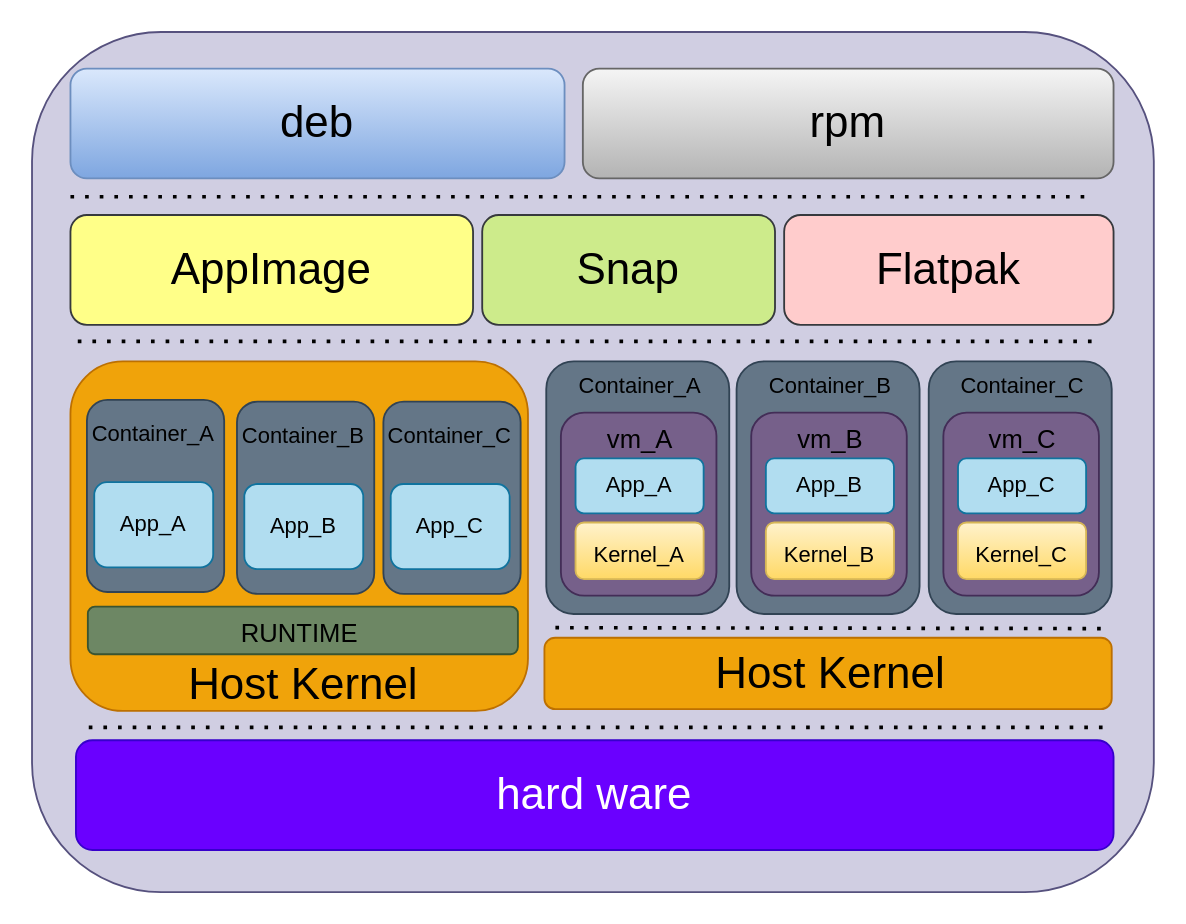
Doorer/draw.io-1 keeps this draw.io diagram as appcomparch.drawio. Above is the earlier version. Source tidied: cells renumbered, new cells numbered last; positions are measured from the earlier drawing's top-left corner, leaving out a move shared by most shapes. Both pictures are drawn from the tidied source at 183%, with x=0, y=0 at pixel (31, 31).
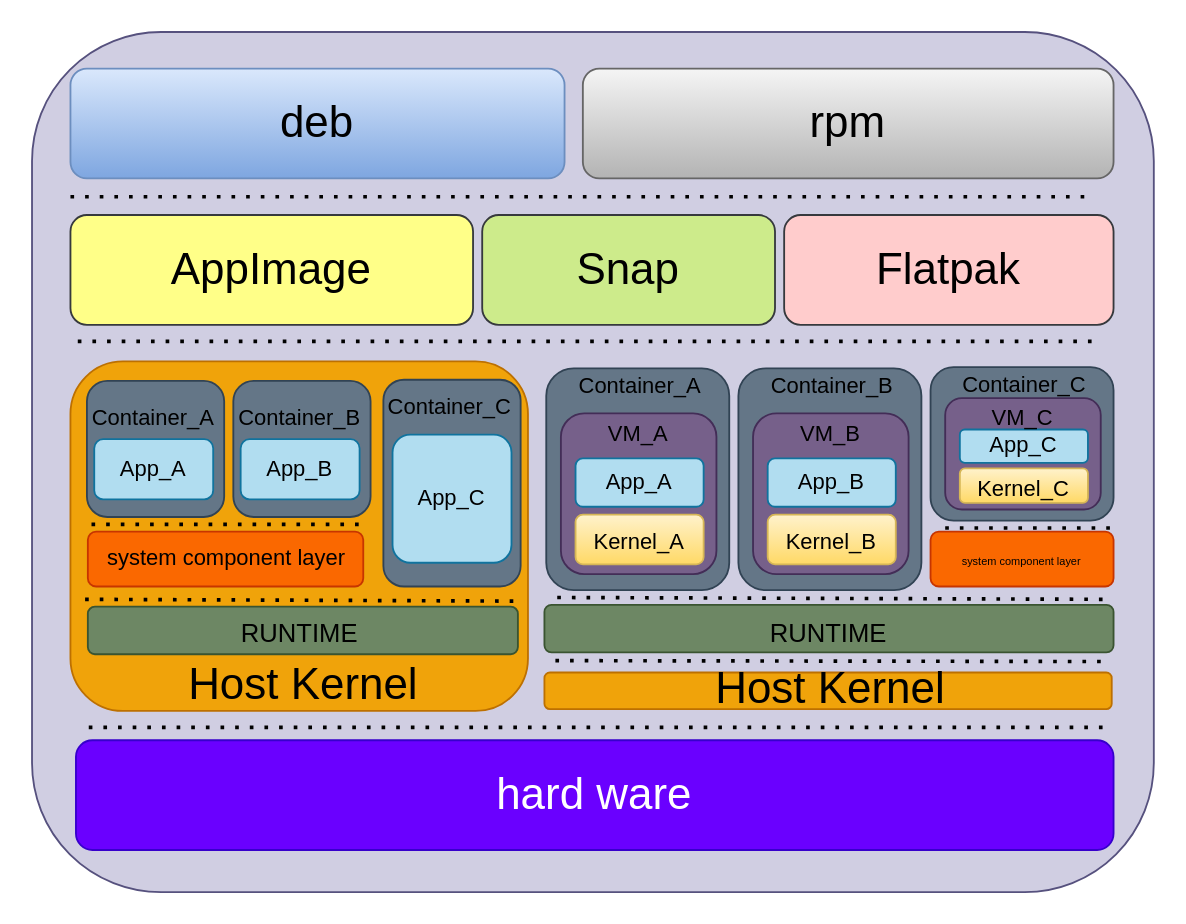
The same diagram, later.

Diff of the diagram source:
```diff
@@
     <mxCell id="4" style="rounded=1;whiteSpace=wrap;html=1;fontSize=24;fillColor=#f0a30a;fontColor=#000000;strokeColor=#BD7000;" parent="1" vertex="1">
-      <mxGeometry x="280" y="331" width="310" height="39" as="geometry" />
+      <mxGeometry x="280" y="350" width="310" height="20" as="geometry" />
     </mxCell>
@@
     <mxCell id="13" value="&lt;font style=&quot;font-size: 24px&quot;&gt;Host Kernel&lt;/font&gt;" style="text;html=1;align=center;verticalAlign=middle;fillColor=none;strokeColor=none;rounded=0;fontSize=12;" parent="1" vertex="1">
-      <mxGeometry x="366" y="340.5" width="140" height="20" as="geometry" />
+      <mxGeometry x="366" y="348.5" width="140" height="20" as="geometry" />
     </mxCell>
-    <mxCell id="14" style="group;" parent="1" vertex="1">
-      <mxGeometry x="26" y="186" width="80" height="120" as="geometry" />
-    </mxCell>
-    <mxCell id="15" style="rounded=1;whiteSpace=wrap;html=1;fontSize=24;fillColor=#647687;fontColor=#ffffff;strokeColor=#314354;" parent="14" vertex="1">
-      <mxGeometry x="4" y="15" width="75" height="105" as="geometry" />
-    </mxCell>
-    <mxCell id="16" value="&lt;font style=&quot;font-size: 12px&quot;&gt;Container_A&lt;/font&gt;" style="text;html=1;align=center;verticalAlign=middle;fillColor=none;strokeColor=none;rounded=0;fontSize=24;" parent="14" vertex="1">
-      <mxGeometry y="10" width="80" height="40" as="geometry" />
-    </mxCell>
-    <mxCell id="17" value="App_A" style="rounded=1;whiteSpace=wrap;html=1;fontSize=12;fillColor=#b1ddf0;strokeColor=#10739e;" parent="14" vertex="1">
-      <mxGeometry x="8" y="60" width="65" height="46.5" as="geometry" />
-    </mxCell>
-    <mxCell id="18" style="group;" parent="1" vertex="1">
-      <mxGeometry x="281" y="170" width="100" height="148" as="geometry" />
-    </mxCell>
-    <mxCell id="19" style="rounded=1;whiteSpace=wrap;html=1;fontSize=24;strokeColor=#314354;fillColor=#647687;fontColor=#ffffff;" parent="18" vertex="1">
-      <mxGeometry y="10" width="100" height="138" as="geometry" />
-    </mxCell>
-    <mxCell id="20" style="rounded=1;whiteSpace=wrap;html=1;fontSize=24;fillColor=#76608a;fontColor=#ffffff;strokeColor=#432D57;" parent="18" vertex="1">
-      <mxGeometry x="8" y="38" width="85" height="100" as="geometry" />
-    </mxCell>
-    <mxCell id="21" value="&lt;font style=&quot;font-size: 14px&quot;&gt;vm_A&lt;/font&gt;" style="text;html=1;align=center;verticalAlign=middle;fillColor=none;strokeColor=none;rounded=0;fontSize=24;" parent="18" vertex="1">
-      <mxGeometry x="25.5" y="30" width="50" height="40" as="geometry" />
-    </mxCell>
-    <mxCell id="22" value="&lt;font style=&quot;font-size: 12px&quot;&gt;Kernel_A&lt;/font&gt;" style="rounded=1;whiteSpace=wrap;html=1;fontSize=18;fillColor=#fff2cc;strokeColor=#d6b656;gradientColor=#ffd966;" parent="18" vertex="1">
-      <mxGeometry x="16" y="98" width="70" height="31" as="geometry" />
-    </mxCell>
-    <mxCell id="23" value="App_A" style="rounded=1;whiteSpace=wrap;html=1;fontSize=12;fillColor=#b1ddf0;strokeColor=#10739e;" parent="18" vertex="1">
-      <mxGeometry x="16" y="63" width="70" height="30" as="geometry" />
-    </mxCell>
-    <mxCell id="24" value="&lt;span style=&quot;font-size: 12px&quot;&gt;Container_A&lt;/span&gt;" style="text;html=1;align=center;verticalAlign=middle;fillColor=none;strokeColor=none;rounded=0;fontSize=24;fontColor=#000000;" parent="18" vertex="1">
-      <mxGeometry x="10.5" width="80" height="40" as="geometry" />
-    </mxCell>
-    <mxCell id="25" style="group;" parent="1" vertex="1">
-      <mxGeometry x="490" y="170" width="100" height="148" as="geometry" />
-    </mxCell>
-    <mxCell id="26" style="rounded=1;whiteSpace=wrap;html=1;fontSize=24;strokeColor=#314354;fillColor=#647687;fontColor=#ffffff;" parent="25" vertex="1">
-      <mxGeometry y="10" width="100" height="138" as="geometry" />
-    </mxCell>
-    <mxCell id="27" style="rounded=1;whiteSpace=wrap;html=1;fontSize=24;fillColor=#76608a;fontColor=#ffffff;strokeColor=#432D57;" parent="25" vertex="1">
-      <mxGeometry x="8" y="38" width="85" height="100" as="geometry" />
-    </mxCell>
-    <mxCell id="28" value="&lt;font style=&quot;font-size: 14px&quot;&gt;vm_C&lt;/font&gt;" style="text;html=1;align=center;verticalAlign=middle;fillColor=none;strokeColor=none;rounded=0;fontSize=24;" parent="25" vertex="1">
-      <mxGeometry x="25.5" y="30" width="50" height="40" as="geometry" />
-    </mxCell>
-    <mxCell id="29" value="&lt;font style=&quot;font-size: 12px&quot;&gt;Kernel_C&lt;/font&gt;" style="rounded=1;whiteSpace=wrap;html=1;fontSize=18;fillColor=#fff2cc;strokeColor=#d6b656;gradientColor=#ffd966;" parent="25" vertex="1">
-      <mxGeometry x="16" y="98" width="70" height="31" as="geometry" />
-    </mxCell>
-    <mxCell id="30" value="App_C" style="rounded=1;whiteSpace=wrap;html=1;fontSize=12;fillColor=#b1ddf0;strokeColor=#10739e;" parent="25" vertex="1">
-      <mxGeometry x="16" y="63" width="70" height="30" as="geometry" />
-    </mxCell>
-    <mxCell id="31" value="&lt;span style=&quot;font-size: 12px&quot;&gt;Container_C&lt;/span&gt;" style="text;html=1;align=center;verticalAlign=middle;fillColor=none;strokeColor=none;rounded=0;fontSize=24;fontColor=#000000;" parent="25" vertex="1">
-      <mxGeometry x="10.5" width="80" height="40" as="geometry" />
-    </mxCell>
-    <mxCell id="32" style="group;" parent="1" vertex="1">
-      <mxGeometry x="385" y="170" width="100" height="148" as="geometry" />
-    </mxCell>
-    <mxCell id="33" style="rounded=1;whiteSpace=wrap;html=1;fontSize=24;strokeColor=#314354;fillColor=#647687;fontColor=#ffffff;" parent="32" vertex="1">
-      <mxGeometry y="10" width="100" height="138" as="geometry" />
-    </mxCell>
-    <mxCell id="34" style="rounded=1;whiteSpace=wrap;html=1;fontSize=24;fillColor=#76608a;fontColor=#ffffff;strokeColor=#432D57;" parent="32" vertex="1">
-      <mxGeometry x="8" y="38" width="85" height="100" as="geometry" />
-    </mxCell>
-    <mxCell id="35" value="&lt;font style=&quot;font-size: 14px&quot;&gt;vm_B&lt;/font&gt;" style="text;html=1;align=center;verticalAlign=middle;fillColor=none;strokeColor=none;rounded=0;fontSize=24;" parent="32" vertex="1">
-      <mxGeometry x="25.5" y="30" width="50" height="40" as="geometry" />
-    </mxCell>
-    <mxCell id="36" value="&lt;font style=&quot;font-size: 12px&quot;&gt;Kernel_B&lt;/font&gt;" style="rounded=1;whiteSpace=wrap;html=1;fontSize=18;fillColor=#fff2cc;strokeColor=#d6b656;gradientColor=#ffd966;" parent="32" vertex="1">
-      <mxGeometry x="16" y="98" width="70" height="31" as="geometry" />
-    </mxCell>
-    <mxCell id="37" value="App_B" style="rounded=1;whiteSpace=wrap;html=1;fontSize=12;fillColor=#b1ddf0;strokeColor=#10739e;" parent="32" vertex="1">
-      <mxGeometry x="16" y="63" width="70" height="30" as="geometry" />
-    </mxCell>
-    <mxCell id="38" value="&lt;span style=&quot;font-size: 12px&quot;&gt;Container_B&lt;/span&gt;" style="text;html=1;align=center;verticalAlign=middle;fillColor=none;strokeColor=none;rounded=0;fontSize=24;fontColor=#000000;" parent="32" vertex="1">
-      <mxGeometry x="10.5" width="80" height="40" as="geometry" />
-    </mxCell>
-    <mxCell id="39" style="group;" parent="1" vertex="1">
-      <mxGeometry x="108" y="187" width="80" height="120" as="geometry" />
-    </mxCell>
-    <mxCell id="40" style="rounded=1;whiteSpace=wrap;html=1;fontSize=24;fillColor=#647687;fontColor=#ffffff;strokeColor=#314354;" parent="39" vertex="1">
-      <mxGeometry x="4" y="15" width="75" height="105" as="geometry" />
-    </mxCell>
-    <mxCell id="41" value="&lt;font style=&quot;font-size: 12px&quot;&gt;Container_B&lt;/font&gt;" style="text;html=1;align=center;verticalAlign=middle;fillColor=none;strokeColor=none;rounded=0;fontSize=24;" parent="39" vertex="1">
-      <mxGeometry y="10" width="80" height="40" as="geometry" />
-    </mxCell>
-    <mxCell id="42" value="App_B" style="rounded=1;whiteSpace=wrap;html=1;fontSize=12;fillColor=#b1ddf0;strokeColor=#10739e;" parent="39" vertex="1">
-      <mxGeometry x="8" y="60" width="65" height="46.5" as="geometry" />
-    </mxCell>
-    <mxCell id="43" style="group;" parent="1" vertex="1">
-      <mxGeometry x="188" y="187" width="80" height="120" as="geometry" />
-    </mxCell>
-    <mxCell id="44" style="rounded=1;whiteSpace=wrap;html=1;fontSize=24;fillColor=#647687;fontColor=#ffffff;strokeColor=#314354;" parent="43" vertex="1">
-      <mxGeometry x="4" y="15" width="75" height="105" as="geometry" />
-    </mxCell>
-    <mxCell id="45" value="&lt;font style=&quot;font-size: 12px&quot;&gt;Container_C&lt;/font&gt;" style="text;html=1;align=center;verticalAlign=middle;fillColor=none;strokeColor=none;rounded=0;fontSize=24;" parent="43" vertex="1">
-      <mxGeometry y="10" width="80" height="40" as="geometry" />
-    </mxCell>
-    <mxCell id="46" value="App_C" style="rounded=1;whiteSpace=wrap;html=1;fontSize=12;fillColor=#b1ddf0;strokeColor=#10739e;" parent="43" vertex="1">
-      <mxGeometry x="8" y="60" width="65" height="46.5" as="geometry" />
-    </mxCell>
@@
     <mxCell id="51" style="endArrow=none;dashed=1;html=1;dashPattern=1 3;strokeWidth=2;rounded=0;fontSize=24;" parent="1" edge="1">
       <mxGeometry relative="1" as="geometry">
-        <mxPoint x="286" y="325.5" as="sourcePoint" />
-        <mxPoint x="586" y="326" as="targetPoint" />
+        <mxPoint x="286" y="343.5" as="sourcePoint" />
+        <mxPoint x="586" y="344" as="targetPoint" />
       </mxGeometry>
     </mxCell>
+    <mxCell id="52" style="endArrow=none;dashed=1;html=1;dashPattern=1 3;strokeWidth=2;rounded=0;fontSize=24;" parent="1" edge="1">
+      <mxGeometry relative="1" as="geometry">
+        <mxPoint x="29" y="310" as="sourcePoint" />
+        <mxPoint x="269" y="311" as="targetPoint" />
+      </mxGeometry>
+    </mxCell>
+    <mxCell id="53" style="group;" parent="1" vertex="1">
+      <mxGeometry x="26" y="180" width="160" height="85" as="geometry" />
+    </mxCell>
+    <mxCell id="14" style="group;" parent="53" vertex="1">
+      <mxGeometry width="105" height="85" as="geometry" />
+    </mxCell>
+    <mxCell id="15" style="rounded=1;whiteSpace=wrap;html=1;fontSize=24;fillColor=#647687;fontColor=#ffffff;strokeColor=#314354;" parent="14" vertex="1">
+      <mxGeometry x="4" y="10.6" width="75" height="74.4" as="geometry" />
+    </mxCell>
+    <mxCell id="17" value="App_A" style="rounded=1;whiteSpace=wrap;html=1;fontSize=12;fillColor=#b1ddf0;strokeColor=#10739e;" parent="14" vertex="1">
+      <mxGeometry x="8" y="42.5" width="65" height="32.9" as="geometry" />
+    </mxCell>
+    <mxCell id="16" value="&lt;font style=&quot;font-size: 12px&quot;&gt;Container_A&lt;/font&gt;" style="text;html=1;align=center;verticalAlign=middle;fillColor=none;strokeColor=none;rounded=0;fontSize=24;" parent="14" vertex="1">
+      <mxGeometry y="7.1" width="80" height="40" as="geometry" />
+    </mxCell>
+    <mxCell id="39" style="group;" parent="53" vertex="1">
+      <mxGeometry x="80" width="80" height="85" as="geometry" />
+    </mxCell>
+    <mxCell id="40" style="rounded=1;whiteSpace=wrap;html=1;fontSize=24;fillColor=#647687;fontColor=#ffffff;strokeColor=#314354;" parent="39" vertex="1">
+      <mxGeometry x="4" y="10.6" width="75" height="74.4" as="geometry" />
+    </mxCell>
+    <mxCell id="41" value="&lt;font style=&quot;font-size: 12px&quot;&gt;Container_B&lt;/font&gt;" style="text;html=1;align=center;verticalAlign=middle;fillColor=none;strokeColor=none;rounded=0;fontSize=24;" parent="39" vertex="1">
+      <mxGeometry y="7.1" width="80" height="40" as="geometry" />
+    </mxCell>
+    <mxCell id="42" value="App_B" style="rounded=1;whiteSpace=wrap;html=1;fontSize=12;fillColor=#b1ddf0;strokeColor=#10739e;" parent="39" vertex="1">
+      <mxGeometry x="8" y="42.5" width="65" height="32.9" as="geometry" />
+    </mxCell>
+    <mxCell id="54" value="system component layer" style="rounded=1;whiteSpace=wrap;html=1;fontSize=12;strokeColor=#C73500;fillColor=#fa6800;fontColor=#000000;" parent="1" vertex="1">
+      <mxGeometry x="30.5" y="273" width="150.5" height="30" as="geometry" />
+    </mxCell>
+    <mxCell id="44" style="rounded=1;whiteSpace=wrap;html=1;fontSize=24;fillColor=#647687;fontColor=#ffffff;strokeColor=#314354;" parent="1" vertex="1">
+      <mxGeometry x="192" y="190" width="75" height="113" as="geometry" />
+    </mxCell>
+    <mxCell id="45" value="&lt;font style=&quot;font-size: 12px&quot;&gt;Container_C&lt;/font&gt;" style="text;html=1;align=center;verticalAlign=middle;fillColor=none;strokeColor=none;rounded=0;fontSize=24;" parent="1" vertex="1">
+      <mxGeometry x="188" y="181.1" width="80" height="40" as="geometry" />
+    </mxCell>
+    <mxCell id="46" value="App_C" style="rounded=1;whiteSpace=wrap;html=1;fontSize=12;fillColor=#b1ddf0;strokeColor=#10739e;" parent="1" vertex="1">
+      <mxGeometry x="197" y="220" width="65" height="70" as="geometry" />
+    </mxCell>
+    <mxCell id="55" style="group;" parent="1" vertex="1">
+      <mxGeometry x="281" y="175" width="100" height="130" as="geometry" />
+    </mxCell>
+    <mxCell id="19" style="rounded=1;whiteSpace=wrap;html=1;fontSize=24;strokeColor=#314354;fillColor=#647687;fontColor=#ffffff;" parent="55" vertex="1">
+      <mxGeometry y="8.8" width="100" height="121.2" as="geometry" />
+    </mxCell>
+    <mxCell id="56" style="group;" parent="55" vertex="1">
+      <mxGeometry x="8" y="8.8" width="85" height="112.4" as="geometry" />
+    </mxCell>
+    <mxCell id="20" style="rounded=1;whiteSpace=wrap;html=1;fontSize=24;fillColor=#76608a;fontColor=#ffffff;strokeColor=#432D57;" parent="56" vertex="1">
+      <mxGeometry y="24.6" width="85" height="87.8" as="geometry" />
+    </mxCell>
+    <mxCell id="22" value="&lt;font style=&quot;font-size: 12px&quot;&gt;Kernel_A&lt;/font&gt;" style="rounded=1;whiteSpace=wrap;html=1;fontSize=18;fillColor=#fff2cc;strokeColor=#d6b656;gradientColor=#ffd966;" parent="56" vertex="1">
+      <mxGeometry x="8" y="79.9" width="70" height="27.2" as="geometry" />
+    </mxCell>
+    <mxCell id="23" value="App_A" style="rounded=1;whiteSpace=wrap;html=1;fontSize=12;fillColor=#b1ddf0;strokeColor=#10739e;" parent="56" vertex="1">
+      <mxGeometry x="8" y="49.2" width="70" height="26.4" as="geometry" />
+    </mxCell>
+    <mxCell id="57" value="VM_A" style="text;html=1;align=center;verticalAlign=middle;fillColor=none;strokeColor=none;rounded=0;fontSize=12;" parent="56" vertex="1">
+      <mxGeometry x="17" y="26.4" width="50" height="20" as="geometry" />
+    </mxCell>
+    <mxCell id="24" value="Container_A" style="text;html=1;align=center;verticalAlign=middle;fillColor=none;strokeColor=none;rounded=0;fontSize=12;" parent="56" vertex="1">
+      <mxGeometry x="3" width="80" height="20" as="geometry" />
+    </mxCell>
+    <mxCell id="58" value="&lt;span style=&quot;color: rgb(0 , 0 , 0) ; font-size: 14px&quot;&gt;RUNTIME&lt;/span&gt;" style="rounded=1;whiteSpace=wrap;html=1;fontSize=24;fontColor=#ffffff;strokeColor=#3A5431;fillColor=#6d8764;" parent="1" vertex="1">
+      <mxGeometry x="280" y="313" width="311" height="26" as="geometry" />
+    </mxCell>
+    <mxCell id="59" style="group;" parent="1" vertex="1">
+      <mxGeometry x="386" y="175" width="100" height="130" as="geometry" />
+    </mxCell>
+    <mxCell id="60" style="rounded=1;whiteSpace=wrap;html=1;fontSize=24;strokeColor=#314354;fillColor=#647687;fontColor=#ffffff;" parent="59" vertex="1">
+      <mxGeometry y="8.8" width="100" height="121.2" as="geometry" />
+    </mxCell>
+    <mxCell id="61" style="group;" parent="59" vertex="1">
+      <mxGeometry x="8" y="8.8" width="85" height="112.4" as="geometry" />
+    </mxCell>
+    <mxCell id="62" style="rounded=1;whiteSpace=wrap;html=1;fontSize=24;fillColor=#76608a;fontColor=#ffffff;strokeColor=#432D57;" parent="61" vertex="1">
+      <mxGeometry y="24.6" width="85" height="87.8" as="geometry" />
+    </mxCell>
+    <mxCell id="36" value="&lt;font style=&quot;font-size: 12px&quot;&gt;Kernel_B&lt;/font&gt;" style="rounded=1;whiteSpace=wrap;html=1;fontSize=18;fillColor=#fff2cc;strokeColor=#d6b656;gradientColor=#ffd966;" parent="61" vertex="1">
+      <mxGeometry x="8" y="79.9" width="70" height="27.2" as="geometry" />
+    </mxCell>
+    <mxCell id="37" value="App_B" style="rounded=1;whiteSpace=wrap;html=1;fontSize=12;fillColor=#b1ddf0;strokeColor=#10739e;" parent="61" vertex="1">
+      <mxGeometry x="8" y="49.2" width="70" height="26.4" as="geometry" />
+    </mxCell>
+    <mxCell id="63" value="VM_B" style="text;html=1;align=center;verticalAlign=middle;fillColor=none;strokeColor=none;rounded=0;fontSize=12;" parent="61" vertex="1">
+      <mxGeometry x="17" y="26.4" width="50" height="20" as="geometry" />
+    </mxCell>
+    <mxCell id="38" value="Container_B" style="text;html=1;align=center;verticalAlign=middle;fillColor=none;strokeColor=none;rounded=0;fontSize=12;" parent="61" vertex="1">
+      <mxGeometry x="3" width="80" height="20" as="geometry" />
+    </mxCell>
+    <mxCell id="64" style="group;" parent="1" vertex="1">
+      <mxGeometry x="491" y="177" width="100" height="90" as="geometry" />
+    </mxCell>
+    <mxCell id="65" style="rounded=1;whiteSpace=wrap;html=1;fontSize=24;strokeColor=#314354;fillColor=#647687;fontColor=#ffffff;" parent="64" vertex="1">
+      <mxGeometry y="6.1" width="100" height="83.9" as="geometry" />
+    </mxCell>
+    <mxCell id="66" style="group;" parent="64" vertex="1">
+      <mxGeometry x="8" y="6.1" width="85" height="77.8" as="geometry" />
+    </mxCell>
+    <mxCell id="67" style="rounded=1;whiteSpace=wrap;html=1;fontSize=24;fillColor=#76608a;fontColor=#ffffff;strokeColor=#432D57;" parent="66" vertex="1">
+      <mxGeometry y="17" width="85" height="60.8" as="geometry" />
+    </mxCell>
+    <mxCell id="29" value="&lt;font style=&quot;font-size: 12px&quot;&gt;Kernel_C&lt;/font&gt;" style="rounded=1;whiteSpace=wrap;html=1;fontSize=18;fillColor=#fff2cc;strokeColor=#d6b656;gradientColor=#ffd966;" parent="66" vertex="1">
+      <mxGeometry x="8" y="55.3" width="70" height="18.9" as="geometry" />
+    </mxCell>
+    <mxCell id="30" value="App_C" style="rounded=1;whiteSpace=wrap;html=1;fontSize=12;fillColor=#b1ddf0;strokeColor=#10739e;" parent="66" vertex="1">
+      <mxGeometry x="8" y="34.1" width="70" height="18.2" as="geometry" />
+    </mxCell>
+    <mxCell id="68" value="VM_C" style="text;html=1;align=center;verticalAlign=middle;fillColor=none;strokeColor=none;rounded=0;fontSize=12;" parent="66" vertex="1">
+      <mxGeometry x="17" y="18.2" width="50" height="20" as="geometry" />
+    </mxCell>
+    <mxCell id="31" value="Container_C" style="text;html=1;align=center;verticalAlign=middle;fillColor=none;strokeColor=none;rounded=0;fontSize=12;" parent="66" vertex="1">
+      <mxGeometry x="3" width="80" height="20" as="geometry" />
+    </mxCell>
+    <mxCell id="69" style="endArrow=none;dashed=1;html=1;dashPattern=1 3;strokeWidth=2;rounded=0;fontSize=6;" parent="64" edge="1">
+      <mxGeometry relative="1" as="geometry">
+        <mxPoint x="8" y="94" as="sourcePoint" />
+        <mxPoint x="98" y="94" as="targetPoint" />
+      </mxGeometry>
+    </mxCell>
+    <mxCell id="70" value="&lt;font style=&quot;font-size: 6px&quot;&gt;system component layer&lt;/font&gt;" style="rounded=1;whiteSpace=wrap;html=1;fontSize=12;strokeColor=#C73500;fillColor=#fa6800;fontColor=#000000;" parent="1" vertex="1">
+      <mxGeometry x="491" y="273" width="100" height="30" as="geometry" />
+    </mxCell>
+    <mxCell id="71" style="endArrow=none;dashed=1;html=1;dashPattern=1 3;strokeWidth=2;rounded=0;fontSize=24;" parent="1" edge="1">
+      <mxGeometry relative="1" as="geometry">
+        <mxPoint x="287" y="309" as="sourcePoint" />
+        <mxPoint x="587" y="310" as="targetPoint" />
+      </mxGeometry>
+    </mxCell>
+    <mxCell id="72" style="endArrow=none;dashed=1;html=1;dashPattern=1 3;strokeWidth=2;rounded=0;fontSize=6;" parent="1" edge="1">
+      <mxGeometry relative="1" as="geometry">
+        <mxPoint x="32.5" y="269" as="sourcePoint" />
+        <mxPoint x="182.5" y="269" as="targetPoint" />
+      </mxGeometry>
+    </mxCell>
```
